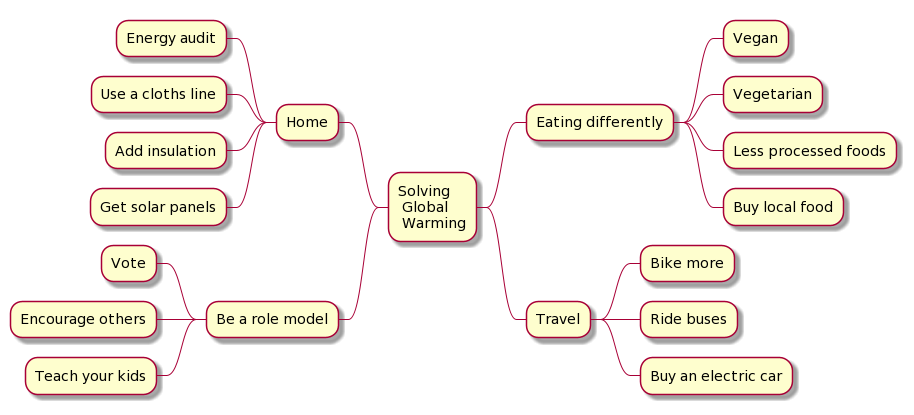
Before: mindmap.png, a diagram exported from PlantUML (barlino/playground). The source it was exported from:
```plantuml
@startmindmap


* Solving \n Global \n Warming

** Eating differently
*** Vegan
*** Vegetarian
*** Less processed foods
*** Buy local food
** Travel
*** Bike more
*** Ride buses
*** Buy an electric car

left side

** Home
*** Energy audit
*** Use a cloths line
*** Add insulation
*** Get solar panels
** Be a role model
*** Vote
*** Encourage others
*** Teach your kids

@endmindmap
```
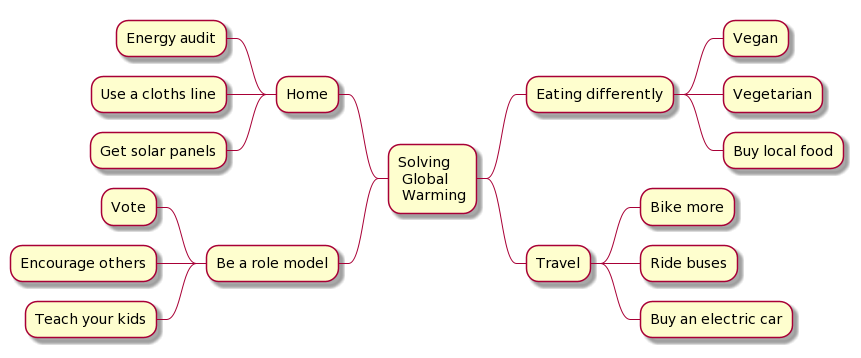
Above is the later version.

Commit message:
討論後調整

Change to the diagram source:
```diff
@@ -6,7 +6,6 @@
 ** Eating differently
 *** Vegan
 *** Vegetarian
-*** Less processed foods
 *** Buy local food
 ** Travel
 *** Bike more
@@ -18,7 +17,6 @@
 ** Home
 *** Energy audit
 *** Use a cloths line
-*** Add insulation
 *** Get solar panels
 ** Be a role model
 *** Vote
```
